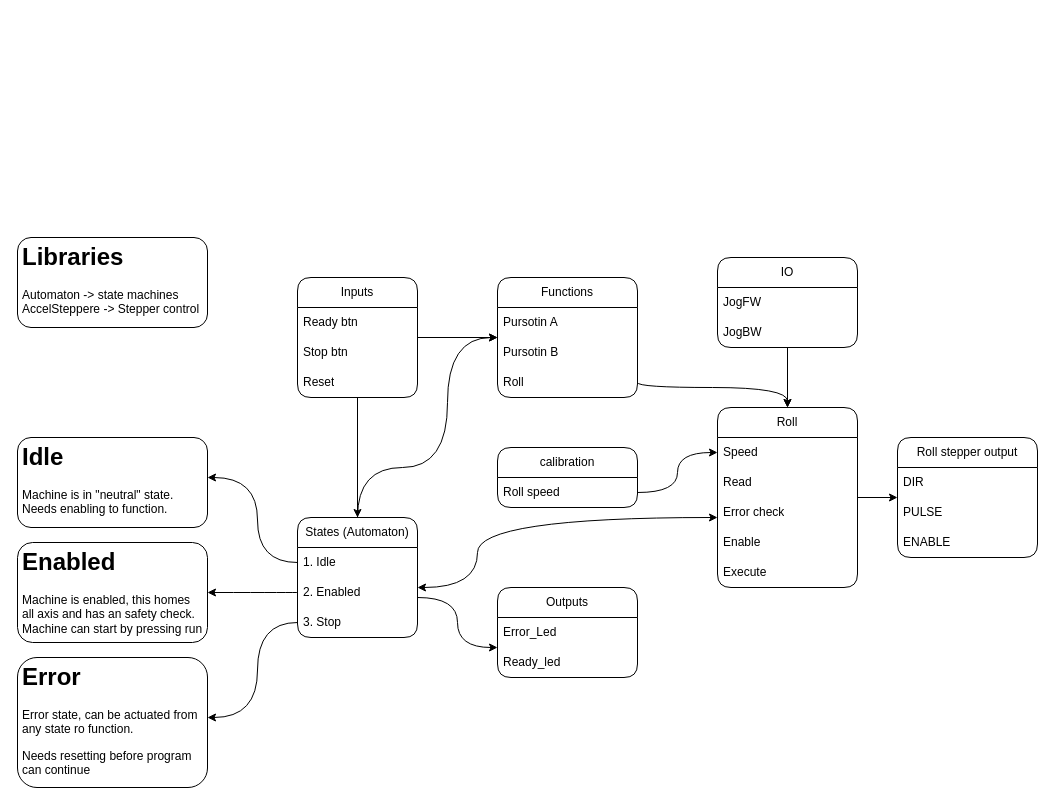
TheGoldCoin/cooliblade_code keeps this draw.io diagram as Coolicode_V1/software_chart.drawio. Above is the earlier version. Source tidied: cells renumbered, new cells numbered last; positions are measured from the earlier drawing's top-left corner, leaving out a move shared by most shapes. Both pictures are drawn from the tidied source at 100%, with x=0, y=0 at pixel (17, 237).
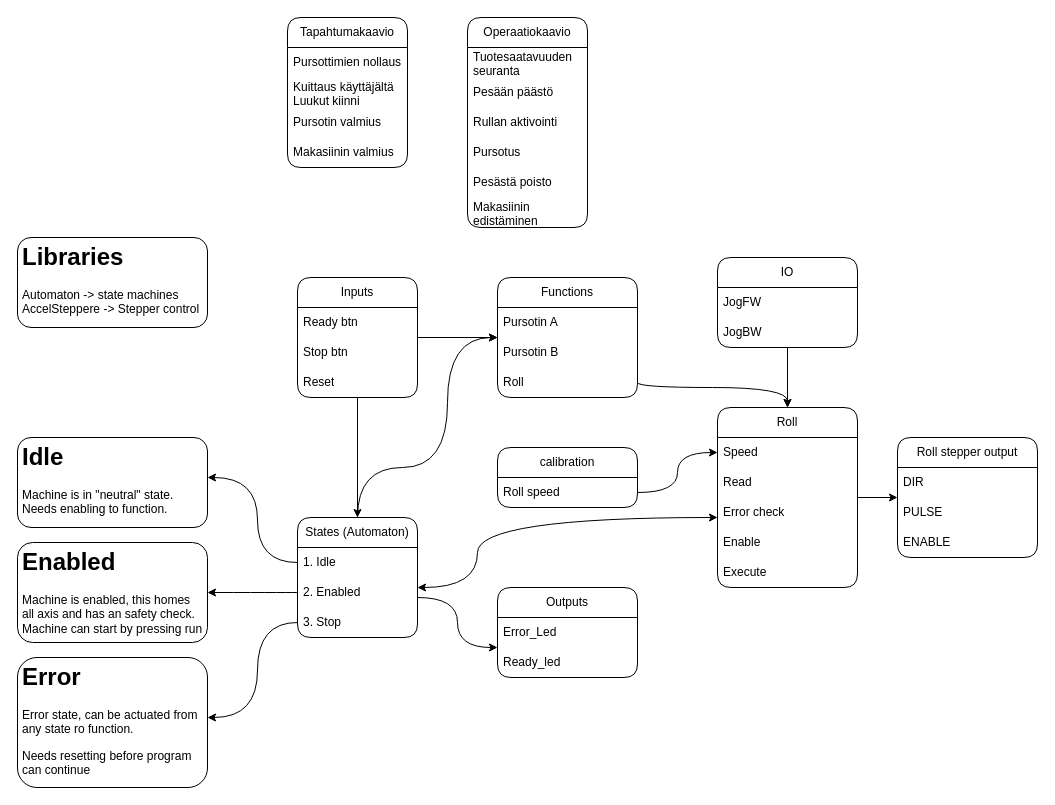
The same diagram, later.

Diff of the diagram source:
```diff
@@
+    <mxCell id="48" value="Tapahtumakaavio" style="swimlane;fontStyle=0;horizontal=1;startSize=30;whiteSpace=wrap;html=1;labelBackgroundColor=none;fillStyle=solid;rounded=1;" parent="1" vertex="1">
+      <mxGeometry x="270" y="-220" width="120" height="150" as="geometry" />
+    </mxCell>
+    <mxCell id="49" value="Pursottimien nollaus" style="text;strokeColor=none;fillColor=none;align=left;verticalAlign=middle;spacingLeft=4;spacingRight=4;overflow=hidden;whiteSpace=wrap;html=1;labelBackgroundColor=none;rounded=1;" parent="48" vertex="1">
+      <mxGeometry y="30" width="120" height="30" as="geometry" />
+    </mxCell>
+    <mxCell id="50" value="Kuittaus käyttäjältä&amp;nbsp;&lt;br&gt;Luukut kiinni&amp;nbsp;" style="text;strokeColor=none;fillColor=none;align=left;verticalAlign=middle;spacingLeft=4;spacingRight=4;overflow=hidden;whiteSpace=wrap;html=1;labelBackgroundColor=none;rounded=1;" parent="48" vertex="1">
+      <mxGeometry y="60" width="120" height="30" as="geometry" />
+    </mxCell>
+    <mxCell id="51" value="Pursotin valmius" style="text;strokeColor=none;fillColor=none;align=left;verticalAlign=middle;spacingLeft=4;spacingRight=4;overflow=hidden;whiteSpace=wrap;html=1;labelBackgroundColor=none;rounded=1;" parent="48" vertex="1">
+      <mxGeometry y="90" width="120" height="30" as="geometry" />
+    </mxCell>
+    <mxCell id="52" value="Makasiinin valmius" style="text;strokeColor=none;fillColor=none;align=left;verticalAlign=middle;spacingLeft=4;spacingRight=4;overflow=hidden;whiteSpace=wrap;html=1;labelBackgroundColor=none;rounded=1;" parent="48" vertex="1">
+      <mxGeometry y="120" width="120" height="30" as="geometry" />
+    </mxCell>
+    <mxCell id="53" value="Operaatiokaavio" style="swimlane;fontStyle=0;horizontal=1;startSize=30;whiteSpace=wrap;html=1;labelBackgroundColor=none;fillStyle=solid;rounded=1;" parent="1" vertex="1">
+      <mxGeometry x="450" y="-220" width="120" height="210" as="geometry" />
+    </mxCell>
+    <mxCell id="54" value="Tuotesaatavuuden seuranta" style="text;strokeColor=none;fillColor=none;align=left;verticalAlign=middle;spacingLeft=4;spacingRight=4;overflow=hidden;whiteSpace=wrap;html=1;labelBackgroundColor=none;rounded=1;" parent="53" vertex="1">
+      <mxGeometry y="30" width="120" height="30" as="geometry" />
+    </mxCell>
+    <mxCell id="55" value="Pesään päästö" style="text;strokeColor=none;fillColor=none;align=left;verticalAlign=middle;spacingLeft=4;spacingRight=4;overflow=hidden;whiteSpace=wrap;html=1;labelBackgroundColor=none;rounded=1;" parent="53" vertex="1">
+      <mxGeometry y="60" width="120" height="30" as="geometry" />
+    </mxCell>
+    <mxCell id="56" value="Rullan aktivointi" style="text;strokeColor=none;fillColor=none;align=left;verticalAlign=middle;spacingLeft=4;spacingRight=4;overflow=hidden;whiteSpace=wrap;html=1;labelBackgroundColor=none;rounded=1;" parent="53" vertex="1">
+      <mxGeometry y="90" width="120" height="30" as="geometry" />
+    </mxCell>
+    <mxCell id="57" value="Pursotus" style="text;strokeColor=none;fillColor=none;align=left;verticalAlign=middle;spacingLeft=4;spacingRight=4;overflow=hidden;whiteSpace=wrap;html=1;labelBackgroundColor=none;rounded=1;" parent="53" vertex="1">
+      <mxGeometry y="120" width="120" height="30" as="geometry" />
+    </mxCell>
+    <mxCell id="58" value="Pesästä poisto" style="text;strokeColor=none;fillColor=none;align=left;verticalAlign=middle;spacingLeft=4;spacingRight=4;overflow=hidden;whiteSpace=wrap;html=1;labelBackgroundColor=none;rounded=1;" parent="53" vertex="1">
+      <mxGeometry y="150" width="120" height="30" as="geometry" />
+    </mxCell>
+    <mxCell id="59" value="Makasiinin edistäminen" style="text;strokeColor=none;fillColor=none;align=left;verticalAlign=middle;spacingLeft=4;spacingRight=4;overflow=hidden;whiteSpace=wrap;html=1;labelBackgroundColor=none;rounded=1;" parent="53" vertex="1">
+      <mxGeometry y="180" width="120" height="30" as="geometry" />
+    </mxCell>
+    <mxCell id="60" style="text;strokeColor=none;fillColor=none;align=left;verticalAlign=middle;spacingLeft=4;spacingRight=4;overflow=hidden;whiteSpace=wrap;html=1;labelBackgroundColor=none;rounded=1;" parent="1" vertex="1">
+      <mxGeometry x="270" y="-40" width="120" height="30" as="geometry" />
+    </mxCell>
+    <mxCell id="61" style="text;strokeColor=none;fillColor=none;align=left;verticalAlign=middle;spacingLeft=4;spacingRight=4;overflow=hidden;whiteSpace=wrap;html=1;labelBackgroundColor=none;rounded=1;" parent="1" vertex="1">
+      <mxGeometry x="270" y="-70" width="120" height="30" as="geometry" />
+    </mxCell>
```
